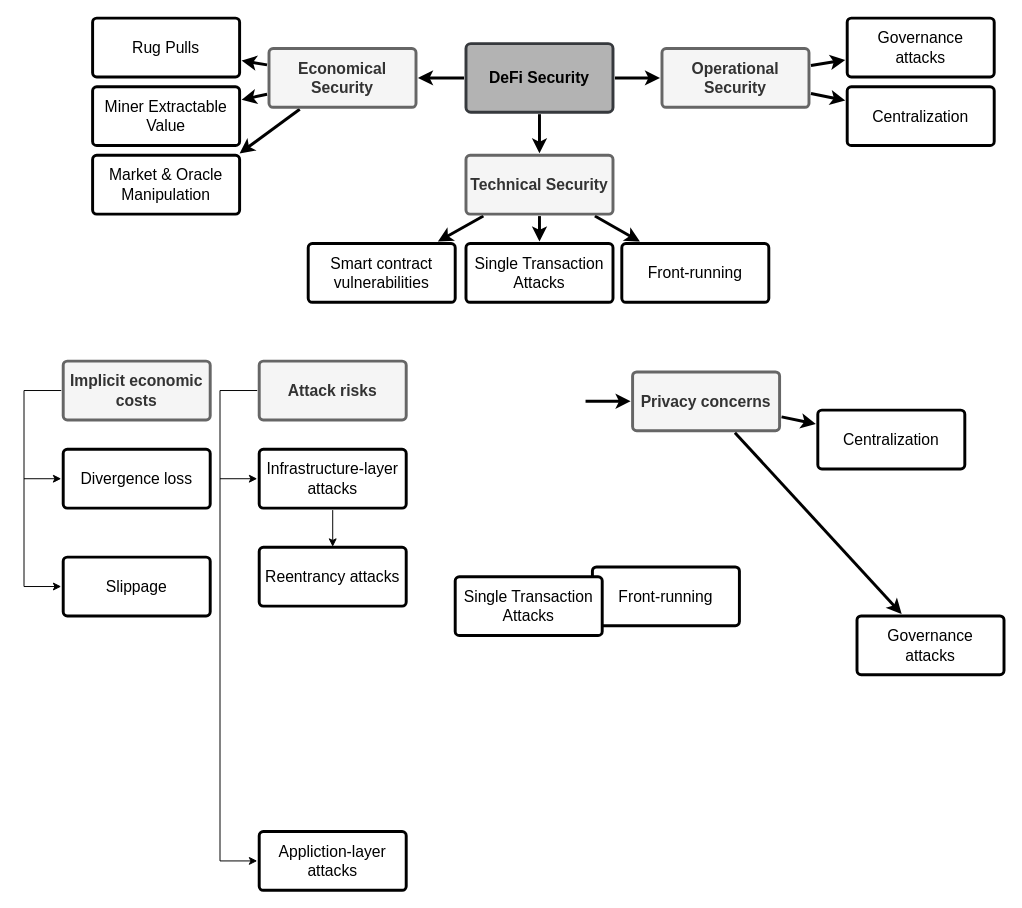
This is page "security" (4 of 5) of assets/amm-pool.drawio from xujiahuayz/bondingcurves, a draw.io file, before an edit. Source tidied: cells renumbered, new cells numbered last; positions are measured from the earlier drawing's top-left corner, leaving out a move shared by most shapes. Both pictures are drawn from the tidied source at 98%, with x=0, y=0 at pixel (24, 18).
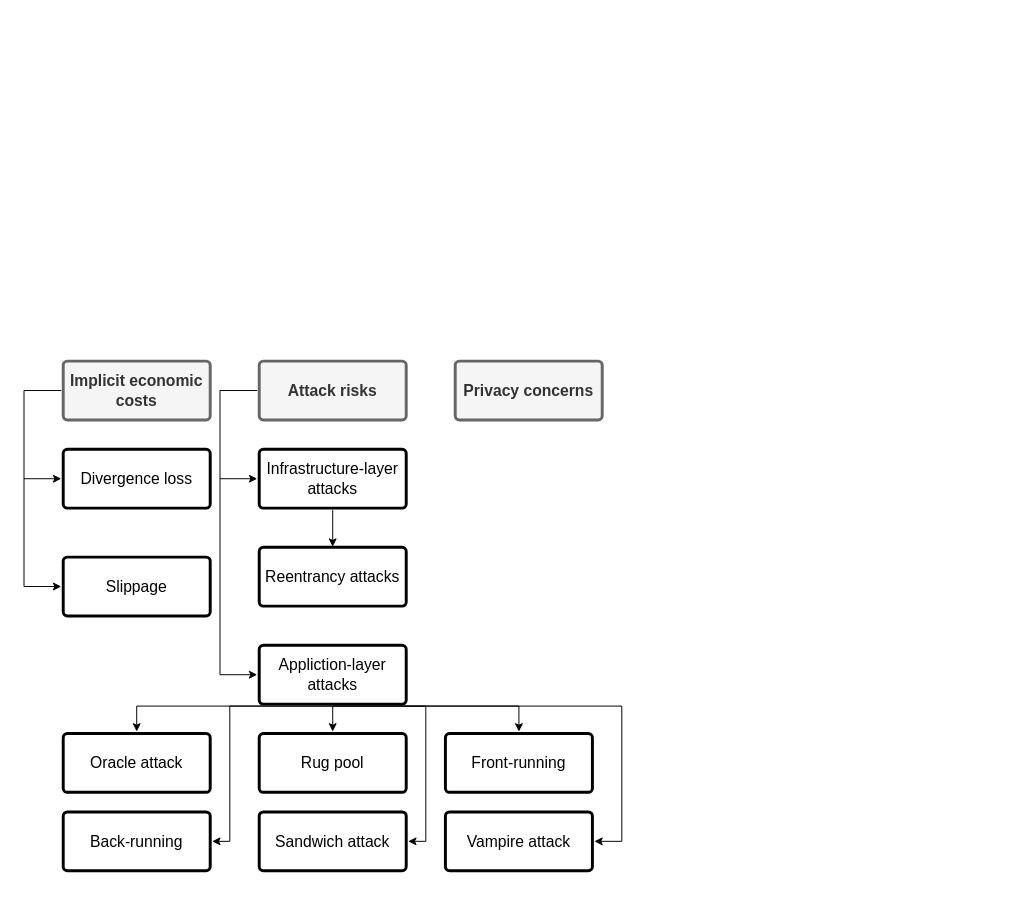
Above is the later version.

Unchanged cells that the change refers to:
```xml
<mxCell id="40" value="Attack risks" style="rounded=1;whiteSpace=wrap;html=1;shadow=0;labelBackgroundColor=none;strokeWidth=3;fontFamily=Helvetica;fontSize=16;align=center;spacing=5;fontStyle=1;arcSize=7;perimeterSpacing=2;fillColor=#f5f5f5;strokeColor=#666666;fontColor=#333333;" parent="1" vertex="1">
  <mxGeometry x="240" y="350" width="150" height="60" as="geometry" />
</mxCell>
```

What changed in the source:
```diff
@@
-    <mxCell id="2" style="edgeStyle=none;rounded=0;jumpStyle=none;html=1;shadow=0;labelBackgroundColor=none;startArrow=none;startFill=0;endArrow=classic;endFill=1;jettySize=auto;strokeWidth=3;fontFamily=Helvetica;fontSize=16;fontColor=#23445D;spacing=5;" parent="1" edge="1" source="5" target="20">
-      <mxGeometry relative="1" as="geometry" />
-    </mxCell>
-    <mxCell id="3" style="edgeStyle=none;rounded=0;jumpStyle=none;html=1;shadow=0;labelBackgroundColor=none;startArrow=none;startFill=0;endArrow=classic;endFill=1;jettySize=auto;strokeWidth=3;fontFamily=Helvetica;fontSize=16;fontColor=#23445D;spacing=5;" parent="1" edge="1" source="5" target="16">
-      <mxGeometry relative="1" as="geometry" />
-    </mxCell>
-    <mxCell id="4" style="edgeStyle=none;rounded=0;jumpStyle=none;html=1;shadow=0;labelBackgroundColor=none;startArrow=none;startFill=0;endArrow=classic;endFill=1;jettySize=auto;strokeWidth=3;fontFamily=Helvetica;fontSize=16;fontColor=#23445D;spacing=5;" parent="1" edge="1" source="5" target="9">
-      <mxGeometry relative="1" as="geometry" />
-    </mxCell>
-    <mxCell id="5" value="DeFi Security" style="rounded=1;whiteSpace=wrap;html=1;shadow=0;labelBackgroundColor=none;strokeWidth=3;fontFamily=Helvetica;fontSize=16;align=center;fontStyle=1;spacing=5;arcSize=7;perimeterSpacing=2;strokeColor=#36393d;fillColor=#B3B3B3;" parent="1" vertex="1">
-      <mxGeometry x="451" y="26" width="150" height="70" as="geometry" />
-    </mxCell>
-    <mxCell id="6" style="edgeStyle=none;rounded=1;jumpStyle=none;html=1;shadow=0;labelBackgroundColor=none;startArrow=none;startFill=0;jettySize=auto;strokeWidth=3;fontFamily=Helvetica;fontSize=16;fontColor=#FFFFFF;spacing=5;fontStyle=1;" parent="1" edge="1" source="9" target="12">
-      <mxGeometry relative="1" as="geometry" />
-    </mxCell>
-    <mxCell id="7" style="edgeStyle=none;rounded=1;jumpStyle=none;html=1;shadow=0;labelBackgroundColor=none;startArrow=none;startFill=0;jettySize=auto;strokeWidth=3;fontFamily=Helvetica;fontSize=16;fontColor=#FFFFFF;spacing=5;fontStyle=1;" parent="1" edge="1" source="9" target="11">
-      <mxGeometry relative="1" as="geometry" />
-    </mxCell>
-    <mxCell id="8" style="edgeStyle=none;rounded=1;jumpStyle=none;html=1;shadow=0;labelBackgroundColor=none;startArrow=none;startFill=0;jettySize=auto;strokeWidth=3;fontFamily=Helvetica;fontSize=16;fontColor=#FFFFFF;spacing=5;fontStyle=1;" parent="1" edge="1" source="9">
-      <mxGeometry relative="1" as="geometry">
-        <mxPoint x="220" y="138" as="targetPoint" />
-      </mxGeometry>
-    </mxCell>
-    <mxCell id="9" value="Economical Security" style="rounded=1;whiteSpace=wrap;html=1;shadow=0;labelBackgroundColor=none;strokeWidth=3;fontFamily=Helvetica;fontSize=16;align=center;spacing=5;fontStyle=1;arcSize=7;perimeterSpacing=2;fillColor=#f5f5f5;strokeColor=#666666;fontColor=#333333;" parent="1" vertex="1">
-      <mxGeometry x="250" y="31" width="150" height="60" as="geometry" />
-    </mxCell>
-    <mxCell id="10" value="Market &amp;amp; Oracle Manipulation" style="rounded=1;whiteSpace=wrap;html=1;shadow=0;labelBackgroundColor=none;strokeWidth=3;fontFamily=Helvetica;fontSize=16;align=center;spacing=5;fontStyle=0;arcSize=7;perimeterSpacing=2;" parent="1" vertex="1">
-      <mxGeometry x="70" y="140" width="150" height="60" as="geometry" />
-    </mxCell>
-    <mxCell id="11" value="Miner Extractable Value" style="rounded=1;whiteSpace=wrap;html=1;shadow=0;labelBackgroundColor=none;strokeWidth=3;fontFamily=Helvetica;fontSize=16;align=center;spacing=5;fontStyle=0;arcSize=7;perimeterSpacing=2;" parent="1" vertex="1">
-      <mxGeometry x="70" y="70" width="150" height="60" as="geometry" />
-    </mxCell>
-    <mxCell id="12" value="Rug Pulls" style="rounded=1;whiteSpace=wrap;html=1;shadow=0;labelBackgroundColor=none;strokeWidth=3;fontFamily=Helvetica;fontSize=16;align=center;spacing=5;fontStyle=0;arcSize=7;perimeterSpacing=2;" parent="1" vertex="1">
-      <mxGeometry x="70" width="150" height="60" as="geometry" />
-    </mxCell>
-    <mxCell id="13" style="edgeStyle=none;rounded=0;jumpStyle=none;html=1;shadow=0;labelBackgroundColor=none;startArrow=none;startFill=0;endArrow=classic;endFill=1;jettySize=auto;strokeWidth=3;fontFamily=Helvetica;fontSize=16;fontColor=#FFFFFF;spacing=5;" parent="1" edge="1" source="16" target="19">
-      <mxGeometry relative="1" as="geometry" />
-    </mxCell>
-    <mxCell id="14" style="edgeStyle=none;rounded=0;jumpStyle=none;html=1;shadow=0;labelBackgroundColor=none;startArrow=none;startFill=0;endArrow=classic;endFill=1;jettySize=auto;strokeWidth=3;fontFamily=Helvetica;fontSize=16;fontColor=#FFFFFF;spacing=5;" parent="1" edge="1" source="16" target="18">
-      <mxGeometry relative="1" as="geometry" />
-    </mxCell>
-    <mxCell id="15" style="edgeStyle=none;rounded=0;jumpStyle=none;html=1;shadow=0;labelBackgroundColor=none;startArrow=none;startFill=0;endArrow=classic;endFill=1;jettySize=auto;strokeWidth=3;fontFamily=Helvetica;fontSize=16;fontColor=#FFFFFF;spacing=5;" parent="1" edge="1" source="16" target="17">
-      <mxGeometry relative="1" as="geometry" />
-    </mxCell>
-    <mxCell id="16" value="Technical Security" style="rounded=1;whiteSpace=wrap;html=1;shadow=0;labelBackgroundColor=none;strokeWidth=3;fontFamily=Helvetica;fontSize=16;align=center;spacing=5;fontStyle=1;arcSize=7;perimeterSpacing=2;fillColor=#f5f5f5;strokeColor=#666666;fontColor=#333333;" parent="1" vertex="1">
-      <mxGeometry x="451" y="140" width="150" height="60" as="geometry" />
-    </mxCell>
-    <mxCell id="17" value="Front-running" style="rounded=1;whiteSpace=wrap;html=1;shadow=0;labelBackgroundColor=none;strokeWidth=3;fontFamily=Helvetica;fontSize=16;align=center;spacing=5;arcSize=7;perimeterSpacing=2;" parent="1" vertex="1">
-      <mxGeometry x="610" y="230" width="150" height="60" as="geometry" />
-    </mxCell>
-    <mxCell id="18" value="Single Transaction Attacks" style="rounded=1;whiteSpace=wrap;html=1;shadow=0;labelBackgroundColor=none;strokeWidth=3;fontFamily=Helvetica;fontSize=16;align=center;spacing=5;arcSize=7;perimeterSpacing=2;" parent="1" vertex="1">
-      <mxGeometry x="451" y="230" width="150" height="60" as="geometry" />
-    </mxCell>
-    <mxCell id="19" value="Smart contract vulnerabilities" style="rounded=1;whiteSpace=wrap;html=1;shadow=0;labelBackgroundColor=none;strokeWidth=3;fontFamily=Helvetica;fontSize=16;align=center;spacing=5;arcSize=7;perimeterSpacing=2;" parent="1" vertex="1">
-      <mxGeometry x="290" y="230" width="150" height="60" as="geometry" />
-    </mxCell>
-    <mxCell id="20" value="Operational Security" style="rounded=1;whiteSpace=wrap;html=1;shadow=0;labelBackgroundColor=none;strokeWidth=3;fontFamily=Helvetica;fontSize=16;align=center;spacing=5;fontStyle=1;arcSize=7;perimeterSpacing=2;fillColor=#f5f5f5;strokeColor=#666666;fontColor=#333333;" parent="1" vertex="1">
-      <mxGeometry x="651" y="31" width="150" height="60" as="geometry" />
-    </mxCell>
-    <mxCell id="21" value="Centralization" style="rounded=1;whiteSpace=wrap;html=1;shadow=0;labelBackgroundColor=none;strokeWidth=3;fontFamily=Helvetica;fontSize=16;align=center;spacing=5;fontStyle=0;arcSize=7;perimeterSpacing=2;" parent="1" vertex="1">
-      <mxGeometry x="840" y="70" width="150" height="60" as="geometry" />
-    </mxCell>
-    <mxCell id="22" style="edgeStyle=none;rounded=1;jumpStyle=none;html=1;shadow=0;labelBackgroundColor=none;startArrow=none;startFill=0;jettySize=auto;strokeWidth=3;fontFamily=Helvetica;fontSize=16;fontColor=#FFFFFF;spacing=5;fontStyle=1;" parent="1" edge="1" source="20" target="21">
-      <mxGeometry relative="1" as="geometry" />
-    </mxCell>
-    <mxCell id="23" value="Governance attacks" style="rounded=1;whiteSpace=wrap;html=1;shadow=0;labelBackgroundColor=none;strokeWidth=3;fontFamily=Helvetica;fontSize=16;align=center;spacing=5;fontStyle=0;arcSize=7;perimeterSpacing=2;" parent="1" vertex="1">
-      <mxGeometry x="840" width="150" height="60" as="geometry" />
-    </mxCell>
-    <mxCell id="24" style="edgeStyle=none;rounded=1;jumpStyle=none;html=1;shadow=0;labelBackgroundColor=none;startArrow=none;startFill=0;jettySize=auto;strokeWidth=3;fontFamily=Helvetica;fontSize=16;fontColor=#FFFFFF;spacing=5;fontStyle=1;" parent="1" edge="1" source="20" target="23">
-      <mxGeometry relative="1" as="geometry" />
-    </mxCell>
-    <mxCell id="25" style="edgeStyle=none;rounded=0;jumpStyle=none;html=1;shadow=0;labelBackgroundColor=none;startArrow=none;startFill=0;endArrow=classic;endFill=1;jettySize=auto;strokeWidth=3;fontFamily=Helvetica;fontSize=16;fontColor=#23445D;spacing=5;" parent="1" edge="1" target="33">
-      <mxGeometry relative="1" as="geometry">
-        <mxPoint x="573" y="391" as="sourcePoint" />
-      </mxGeometry>
-    </mxCell>
@@
-    <mxCell id="30" value="Front-running" style="rounded=1;whiteSpace=wrap;html=1;shadow=0;labelBackgroundColor=none;strokeWidth=3;fontFamily=Helvetica;fontSize=16;align=center;spacing=5;arcSize=7;perimeterSpacing=2;" parent="1" vertex="1">
-      <mxGeometry x="580" y="560" width="150" height="60" as="geometry" />
-    </mxCell>
-    <mxCell id="31" value="Single Transaction Attacks" style="rounded=1;whiteSpace=wrap;html=1;shadow=0;labelBackgroundColor=none;strokeWidth=3;fontFamily=Helvetica;fontSize=16;align=center;spacing=5;arcSize=7;perimeterSpacing=2;" parent="1" vertex="1">
-      <mxGeometry x="440" y="570" width="150" height="60" as="geometry" />
+    <mxCell id="31" value="Oracle attack" style="rounded=1;whiteSpace=wrap;html=1;shadow=0;labelBackgroundColor=none;strokeWidth=3;fontFamily=Helvetica;fontSize=16;align=center;spacing=5;arcSize=7;perimeterSpacing=2;" parent="1" vertex="1">
+      <mxGeometry x="40" y="730" width="150" height="60" as="geometry" />
     </mxCell>
@@
     <mxCell id="33" value="Privacy concerns" style="rounded=1;whiteSpace=wrap;html=1;shadow=0;labelBackgroundColor=none;strokeWidth=3;fontFamily=Helvetica;fontSize=16;align=center;spacing=5;fontStyle=1;arcSize=7;perimeterSpacing=2;fillColor=#f5f5f5;strokeColor=#666666;fontColor=#333333;" parent="1" vertex="1">
-      <mxGeometry x="621" y="361" width="150" height="60" as="geometry" />
+      <mxGeometry x="440" y="350" width="150" height="60" as="geometry" />
     </mxCell>
-    <mxCell id="34" value="Centralization" style="rounded=1;whiteSpace=wrap;html=1;shadow=0;labelBackgroundColor=none;strokeWidth=3;fontFamily=Helvetica;fontSize=16;align=center;spacing=5;fontStyle=0;arcSize=7;perimeterSpacing=2;" parent="1" vertex="1">
-      <mxGeometry x="810" y="400" width="150" height="60" as="geometry" />
-    </mxCell>
-    <mxCell id="35" style="edgeStyle=none;rounded=1;jumpStyle=none;html=1;shadow=0;labelBackgroundColor=none;startArrow=none;startFill=0;jettySize=auto;strokeWidth=3;fontFamily=Helvetica;fontSize=16;fontColor=#FFFFFF;spacing=5;fontStyle=1;" parent="1" edge="1" source="33" target="34">
-      <mxGeometry relative="1" as="geometry" />
-    </mxCell>
-    <mxCell id="36" value="Governance attacks" style="rounded=1;whiteSpace=wrap;html=1;shadow=0;labelBackgroundColor=none;strokeWidth=3;fontFamily=Helvetica;fontSize=16;align=center;spacing=5;fontStyle=0;arcSize=7;perimeterSpacing=2;" parent="1" vertex="1">
-      <mxGeometry x="850" y="610" width="150" height="60" as="geometry" />
-    </mxCell>
-    <mxCell id="37" style="edgeStyle=none;rounded=1;jumpStyle=none;html=1;shadow=0;labelBackgroundColor=none;startArrow=none;startFill=0;jettySize=auto;strokeWidth=3;fontFamily=Helvetica;fontSize=16;fontColor=#FFFFFF;spacing=5;fontStyle=1;" parent="1" edge="1" source="33" target="36">
-      <mxGeometry relative="1" as="geometry" />
-    </mxCell>
@@
     <mxCell id="39" style="edgeStyle=orthogonalEdgeStyle;rounded=0;jettySize=auto;html=1;exitX=0;exitY=0.5;exitDx=0;exitDy=0;entryX=0;entryY=0.5;entryDx=0;entryDy=0;labelBackgroundColor=none;" parent="1" edge="1" source="40" target="43">
       <mxGeometry relative="1" as="geometry">
         <Array as="points">
           <mxPoint x="200" y="380" />
-          <mxPoint x="200" y="860" />
+          <mxPoint x="200" y="670" />
         </Array>
       </mxGeometry>
     </mxCell>
@@
+    <mxCell id="45" style="edgeStyle=orthogonalEdgeStyle;rounded=0;jettySize=auto;html=1;exitX=0.5;exitY=1;exitDx=0;exitDy=0;entryX=0.5;entryY=0;entryDx=0;entryDy=0;labelBackgroundColor=none;" parent="1" edge="1" source="43" target="51">
+      <mxGeometry relative="1" as="geometry" />
+    </mxCell>
+    <mxCell id="46" style="edgeStyle=orthogonalEdgeStyle;rounded=0;jettySize=auto;html=1;exitX=0.5;exitY=1;exitDx=0;exitDy=0;entryX=0.5;entryY=0;entryDx=0;entryDy=0;labelBackgroundColor=none;" parent="1" edge="1" source="43" target="31">
+      <mxGeometry relative="1" as="geometry" />
+    </mxCell>
+    <mxCell id="47" style="edgeStyle=orthogonalEdgeStyle;rounded=0;jettySize=auto;html=1;exitX=0.5;exitY=1;exitDx=0;exitDy=0;labelBackgroundColor=none;" parent="1" edge="1" source="43" target="52">
+      <mxGeometry relative="1" as="geometry" />
+    </mxCell>
+    <mxCell id="48" style="edgeStyle=orthogonalEdgeStyle;rounded=0;jettySize=auto;html=1;exitX=0.5;exitY=1;exitDx=0;exitDy=0;entryX=1;entryY=0.5;entryDx=0;entryDy=0;labelBackgroundColor=none;" parent="1" edge="1" source="43" target="53">
+      <mxGeometry relative="1" as="geometry">
+        <Array as="points">
+          <mxPoint x="210" y="702" />
+          <mxPoint x="210" y="840" />
+        </Array>
+      </mxGeometry>
+    </mxCell>
+    <mxCell id="49" style="edgeStyle=orthogonalEdgeStyle;rounded=0;jettySize=auto;html=1;exitX=0.5;exitY=1;exitDx=0;exitDy=0;entryX=1;entryY=0.5;entryDx=0;entryDy=0;labelBackgroundColor=none;" parent="1" edge="1" source="43" target="54">
+      <mxGeometry relative="1" as="geometry">
+        <Array as="points">
+          <mxPoint x="410" y="702" />
+          <mxPoint x="410" y="840" />
+        </Array>
+      </mxGeometry>
+    </mxCell>
+    <mxCell id="50" style="edgeStyle=orthogonalEdgeStyle;rounded=0;jettySize=auto;html=1;exitX=0.5;exitY=1;exitDx=0;exitDy=0;entryX=1;entryY=0.5;entryDx=0;entryDy=0;labelBackgroundColor=none;" parent="1" edge="1" source="43" target="55">
+      <mxGeometry relative="1" as="geometry">
+        <Array as="points">
+          <mxPoint x="610" y="702" />
+          <mxPoint x="610" y="840" />
+        </Array>
+      </mxGeometry>
+    </mxCell>
     <mxCell id="43" value="Appliction-layer attacks" style="rounded=1;whiteSpace=wrap;html=1;shadow=0;labelBackgroundColor=none;strokeWidth=3;fontFamily=Helvetica;fontSize=16;align=center;spacing=5;fontStyle=0;arcSize=7;perimeterSpacing=2;" parent="1" vertex="1">
-      <mxGeometry x="240" y="830" width="150" height="60" as="geometry" />
+      <mxGeometry x="240" y="640" width="150" height="60" as="geometry" />
     </mxCell>
@@
+    <mxCell id="51" value="Rug pool" style="rounded=1;whiteSpace=wrap;html=1;shadow=0;labelBackgroundColor=none;strokeWidth=3;fontFamily=Helvetica;fontSize=16;align=center;spacing=5;arcSize=7;perimeterSpacing=2;" parent="1" vertex="1">
+      <mxGeometry x="240" y="730" width="150" height="60" as="geometry" />
+    </mxCell>
+    <mxCell id="52" value="Front-running" style="rounded=1;whiteSpace=wrap;html=1;shadow=0;labelBackgroundColor=none;strokeWidth=3;fontFamily=Helvetica;fontSize=16;align=center;spacing=5;arcSize=7;perimeterSpacing=2;" parent="1" vertex="1">
+      <mxGeometry x="430" y="730" width="150" height="60" as="geometry" />
+    </mxCell>
+    <mxCell id="53" value="Back-running" style="rounded=1;whiteSpace=wrap;html=1;shadow=0;labelBackgroundColor=none;strokeWidth=3;fontFamily=Helvetica;fontSize=16;align=center;spacing=5;arcSize=7;perimeterSpacing=2;" parent="1" vertex="1">
+      <mxGeometry x="40" y="810" width="150" height="60" as="geometry" />
+    </mxCell>
+    <mxCell id="54" value="Sandwich attack" style="rounded=1;whiteSpace=wrap;html=1;shadow=0;labelBackgroundColor=none;strokeWidth=3;fontFamily=Helvetica;fontSize=16;align=center;spacing=5;arcSize=7;perimeterSpacing=2;" parent="1" vertex="1">
+      <mxGeometry x="240" y="810" width="150" height="60" as="geometry" />
+    </mxCell>
+    <mxCell id="55" value="Vampire attack" style="rounded=1;whiteSpace=wrap;html=1;shadow=0;labelBackgroundColor=none;strokeWidth=3;fontFamily=Helvetica;fontSize=16;align=center;spacing=5;arcSize=7;perimeterSpacing=2;" parent="1" vertex="1">
+      <mxGeometry x="430" y="810" width="150" height="60" as="geometry" />
+    </mxCell>
```
